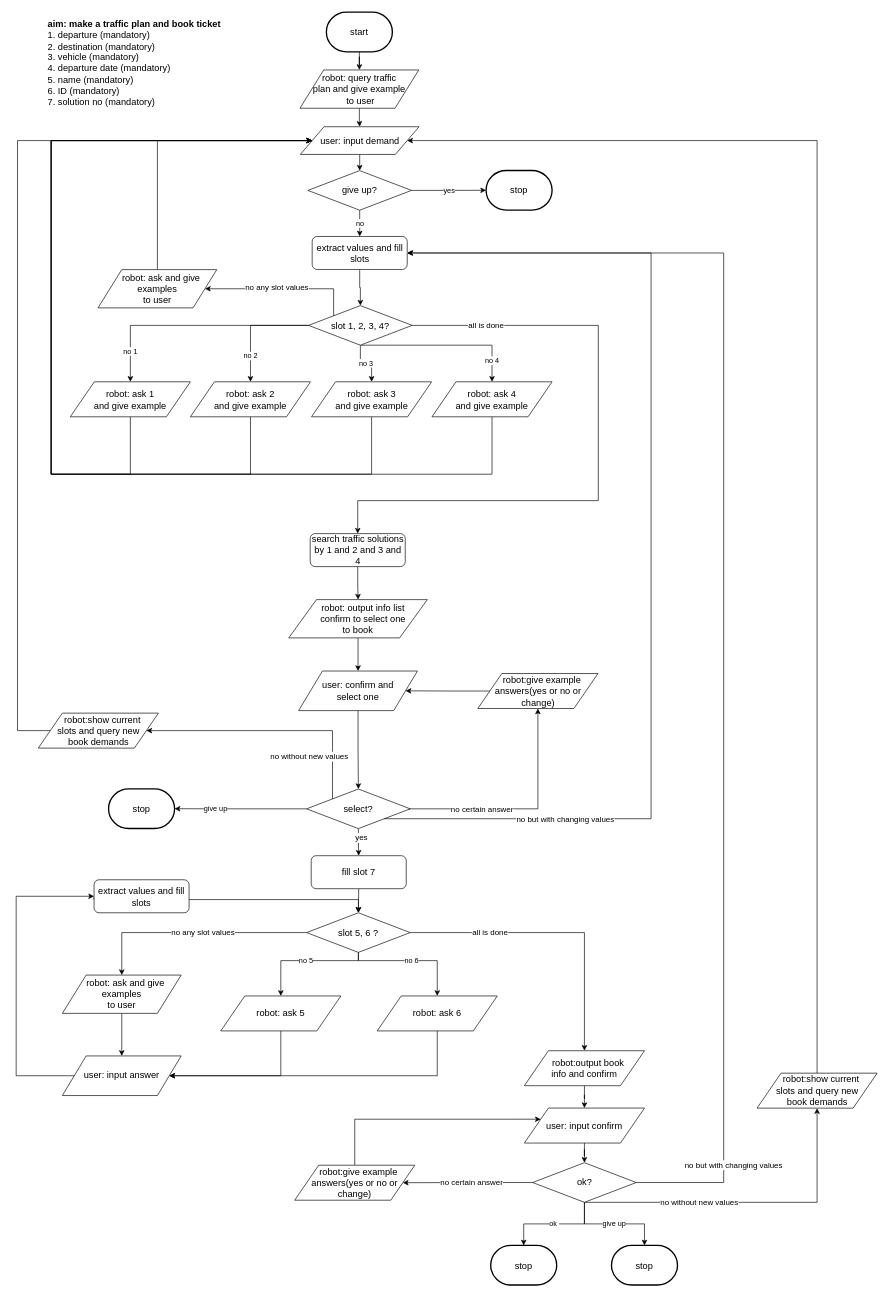
The draw.io diagram flow_diagram/book_plan.drawio in ricosr/travel_consult_chatbot, before the edit. Source tidied: cells renumbered, new cells numbered last; positions are measured from the earlier drawing's top-left corner, leaving out a move shared by most shapes. Both pictures are drawn from the tidied source at 66%, with x=0, y=0 at pixel (16, 12).
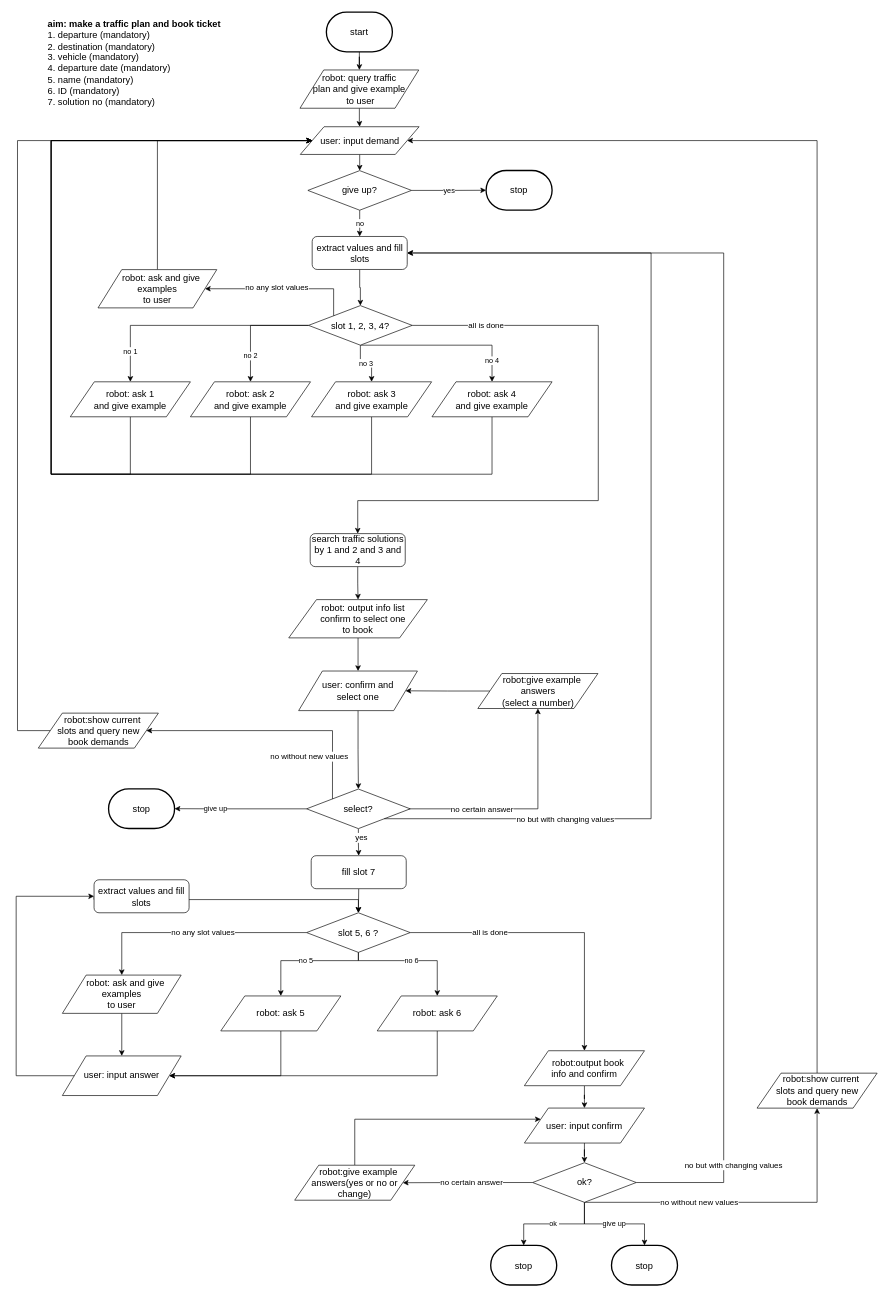
After the change.

Diff of the diagram source:
```diff
@@
-    <mxCell id="78" value="&lt;span style=&quot;font-size: 14px&quot;&gt;&amp;nbsp; &amp;nbsp;robot:give example answers(yes or no or change)&lt;/span&gt;" style="shape=parallelogram;perimeter=parallelogramPerimeter;whiteSpace=wrap;html=1;" parent="1" vertex="1">
+    <mxCell id="78" value="&lt;span style=&quot;font-size: 14px&quot;&gt;&amp;nbsp; &amp;nbsp;robot:give example answers&lt;br&gt;(select a number)&lt;/span&gt;" style="shape=parallelogram;perimeter=parallelogramPerimeter;whiteSpace=wrap;html=1;" parent="1" vertex="1">
       <mxGeometry x="699.5" y="1002" width="182" height="53" as="geometry" />
     </mxCell>
```
